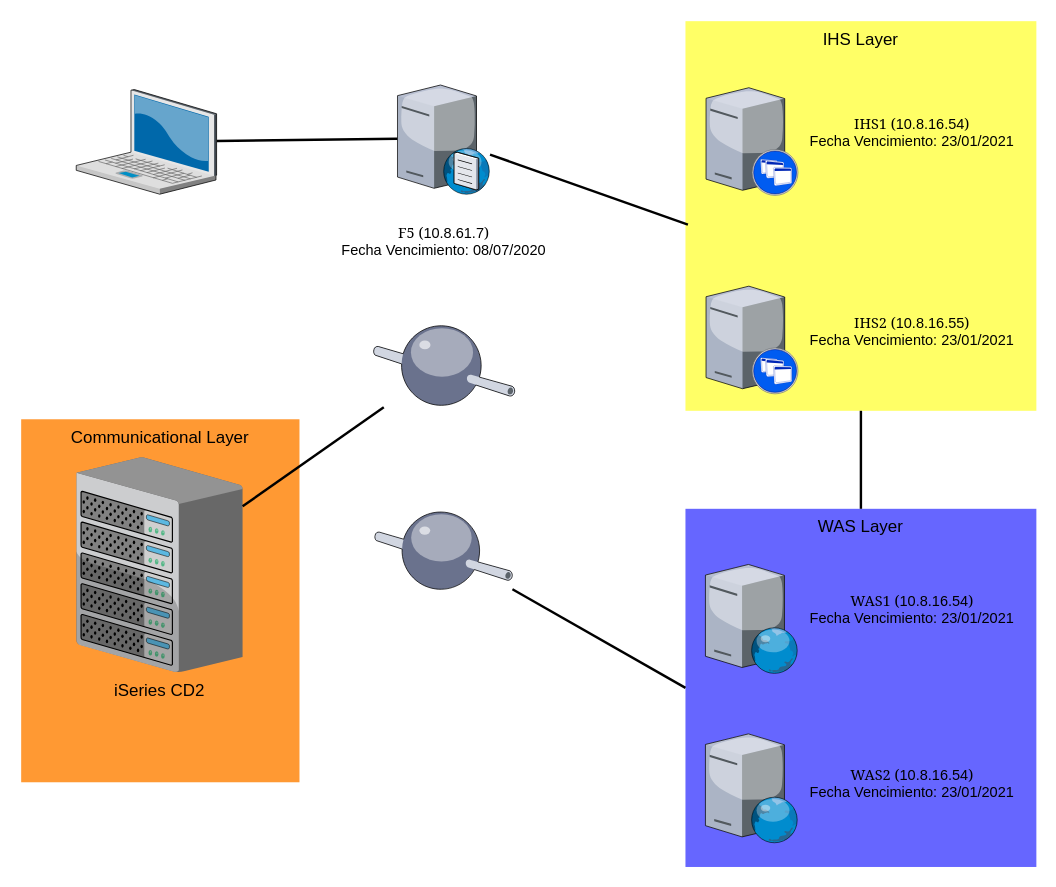
jamapilo/platzi keeps this draw.io diagram as page "Page-1" (1 of 3) of Untitled Diagram.drawio. Above is the earlier version. Source tidied: cells renumbered, new cells numbered last; positions are measured from the earlier drawing's top-left corner, leaving out a move shared by most shapes. Both pictures are drawn from the tidied source at 121%, with x=0, y=0 at pixel (21, 21).
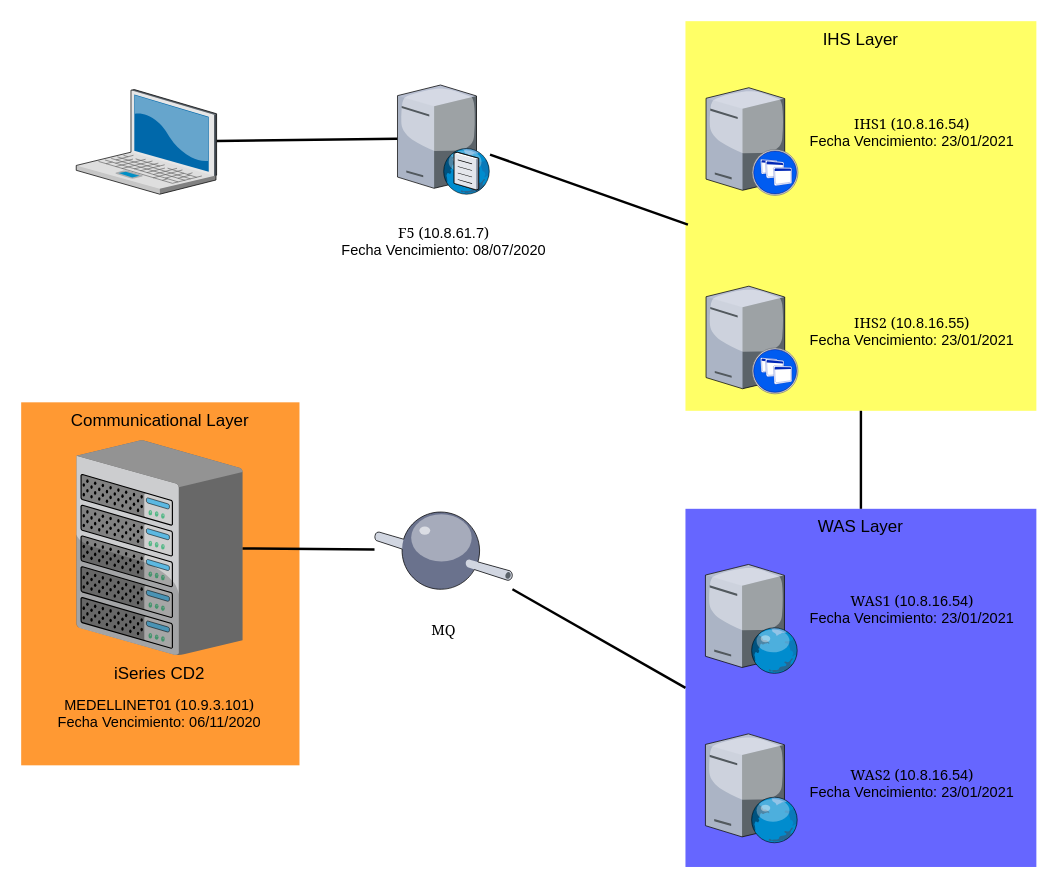
The same diagram, later.

Unchanged cells that the change refers to:
```xml
<mxCell id="20" style="verticalLabelPosition=bottom;html=1;verticalAlign=top;strokeColor=none;align=center;outlineConnect=0;shape=mxgraph.citrix.middleware;fillColor=#FFFF66;" parent="1" vertex="1">
  <mxGeometry x="292" y="403" width="114" height="68" as="geometry" />
</mxCell>
```

The edit, as a diff of the source:
```diff
@@
     <mxCell id="2" value="Communicational Layer&lt;br&gt;" style="whiteSpace=wrap;html=1;fillColor=#FF9933;fontSize=14;strokeColor=none;verticalAlign=top;" parent="1" vertex="1">
-      <mxGeometry y="329" width="230" height="300" as="geometry" />
+      <mxGeometry y="315" width="230" height="300" as="geometry" />
     </mxCell>
@@
     <mxCell id="9" value="iSeries CD2&lt;br&gt;&lt;br&gt;" style="verticalLabelPosition=bottom;html=1;verticalAlign=top;strokeColor=none;shape=mxgraph.citrix.chassis;fillColor=#66B2FF;gradientColor=#0066CC;fontSize=14;" parent="1" vertex="1">
-      <mxGeometry x="45.5" y="360.5" width="137.5" height="177.5" as="geometry" />
+      <mxGeometry x="45.5" y="346.5" width="137.5" height="177.5" as="geometry" />
     </mxCell>
@@
-    <mxCell id="22" style="verticalLabelPosition=bottom;html=1;verticalAlign=top;strokeColor=none;align=center;outlineConnect=0;shape=mxgraph.citrix.middleware;fillColor=#FFFF66;" parent="1" vertex="1">
-      <mxGeometry x="291" y="249" width="117" height="70" as="geometry" />
-    </mxCell>
-    <mxCell id="23" style="edgeStyle=none;rounded=0;html=1;startSize=10;endSize=10;jettySize=auto;fontSize=14;endArrow=none;endFill=0;strokeWidth=2;" parent="1" edge="1" source="9" target="22">
+    <mxCell id="23" style="edgeStyle=none;rounded=0;html=1;startSize=10;endSize=10;jettySize=auto;fontSize=14;endArrow=none;endFill=0;strokeWidth=2;" parent="1" edge="1" source="9" target="20">
       <mxGeometry relative="1" as="geometry" />
     </mxCell>
+    <mxCell id="24" value="&lt;font face=&quot;Georgia&quot;&gt;MQ&lt;br&gt;&lt;/font&gt;&lt;br&gt;&lt;br&gt;" style="text;html=1;strokeColor=none;fillColor=none;align=center;verticalAlign=middle;whiteSpace=wrap;rounded=0;" parent="1" vertex="1">
+      <mxGeometry x="256.5" y="489" width="185" height="58" as="geometry" />
+    </mxCell>
+    <mxCell id="25" value="MEDELLINET01&lt;font face=&quot;Georgia&quot;&gt;&amp;nbsp;(&lt;/font&gt;10.9.3.101&lt;font face=&quot;Georgia&quot;&gt;)&lt;br&gt;&lt;/font&gt;&lt;span&gt;Fecha Vencimiento:&amp;nbsp;&lt;/span&gt;&lt;span title=&quot;06/11/2020&quot;&gt;06/11/2020&lt;/span&gt;&lt;br&gt;&lt;br&gt;" style="text;html=1;strokeColor=none;fillColor=none;align=center;verticalAlign=middle;whiteSpace=wrap;rounded=0;" parent="1" vertex="1">
+      <mxGeometry x="22" y="551" width="185" height="58" as="geometry" />
+    </mxCell>
```
